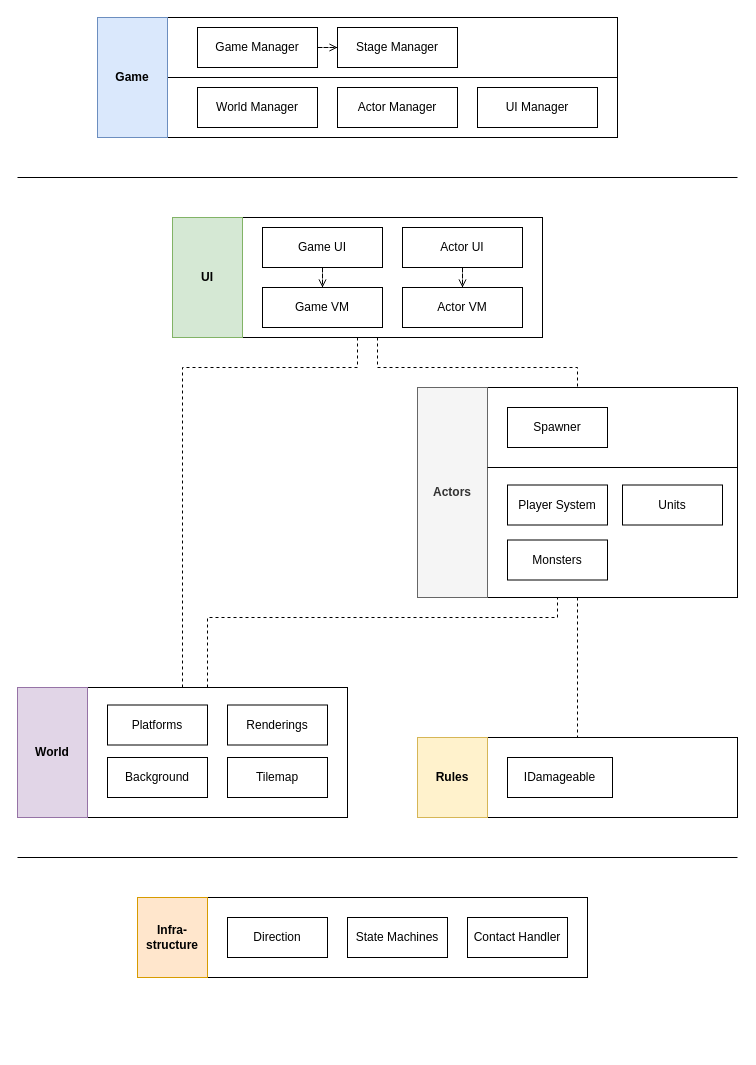
Above: Assets/System Design/게임 구성.drawio in clssl15-Org/ProjectH (draw.io), before the change. Source tidied: cells renumbered, new cells numbered last; positions are measured from the earlier drawing's top-left corner, leaving out a move shared by most shapes. Both pictures are drawn from the tidied source at 100%, with x=0, y=0 at pixel (17, 17).
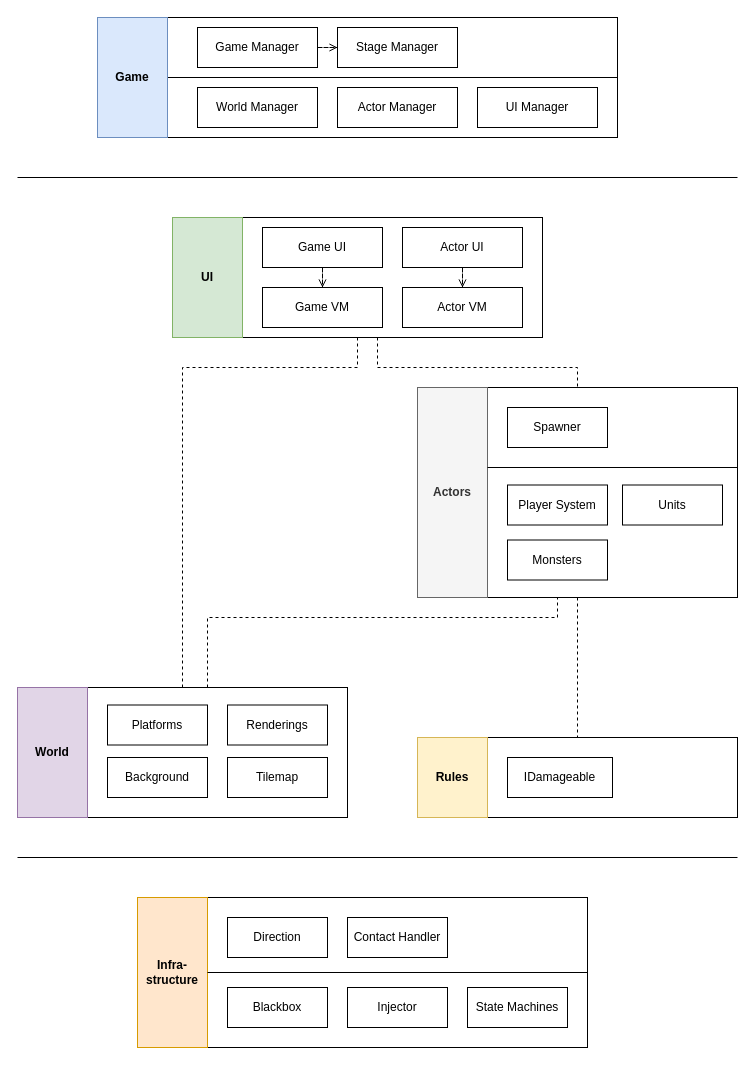
After the change.

Diff of the diagram source:
```diff
@@
     <mxCell id="9" style="rounded=0;whiteSpace=wrap;html=1;" parent="1" vertex="1">
-      <mxGeometry x="120" y="880" width="450" height="80" as="geometry" />
+      <mxGeometry x="120" y="880" width="450" height="150" as="geometry" />
     </mxCell>
@@
     <mxCell id="15" value="&lt;b&gt;Infra-&lt;/b&gt;&lt;div&gt;&lt;b&gt;structure&lt;/b&gt;&lt;/div&gt;" style="rounded=0;whiteSpace=wrap;html=1;fillColor=#ffe6cc;strokeColor=#d79b00;" parent="1" vertex="1">
-      <mxGeometry x="120" y="880" width="70" height="80" as="geometry" />
+      <mxGeometry x="120" y="880" width="70" height="150" as="geometry" />
     </mxCell>
@@
     <mxCell id="17" value="State Machines" style="rounded=0;whiteSpace=wrap;html=1;" parent="1" vertex="1">
-      <mxGeometry x="330" y="900" width="100" height="40" as="geometry" />
+      <mxGeometry x="450" y="970" width="100" height="40" as="geometry" />
     </mxCell>
@@
     <mxCell id="46" value="Contact Handler" style="rounded=0;whiteSpace=wrap;html=1;" parent="1" vertex="1">
-      <mxGeometry x="450" y="900" width="100" height="40" as="geometry" />
+      <mxGeometry x="330" y="900" width="100" height="40" as="geometry" />
     </mxCell>
+    <mxCell id="47" value="Blackbox" style="rounded=0;whiteSpace=wrap;html=1;" parent="1" vertex="1">
+      <mxGeometry x="210" y="970" width="100" height="40" as="geometry" />
+    </mxCell>
+    <mxCell id="48" style="endArrow=none;html=1;rounded=0;exitX=1;exitY=0.5;exitDx=0;exitDy=0;entryX=1;entryY=0.5;entryDx=0;entryDy=0;" parent="1" edge="1" source="15" target="9">
+      <mxGeometry relative="1" as="geometry" />
+    </mxCell>
+    <mxCell id="49" value="Injector" style="rounded=0;whiteSpace=wrap;html=1;" parent="1" vertex="1">
+      <mxGeometry x="330" y="970" width="100" height="40" as="geometry" />
+    </mxCell>
```
